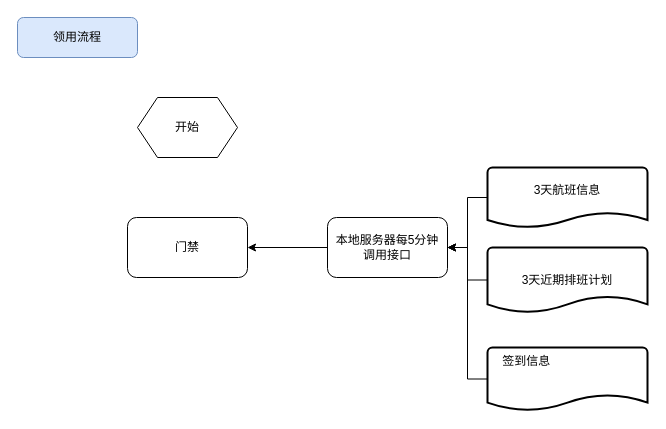
HXLMOM/cctest keeps this draw.io diagram as xbhangkong2.drawio. Above is the earlier version. Source tidied: cells renumbered, new cells numbered last; positions are measured from the earlier drawing's top-left corner, leaving out a move shared by most shapes. Both pictures are drawn from the tidied source at 100%, with x=0, y=0 at pixel (17, 17).
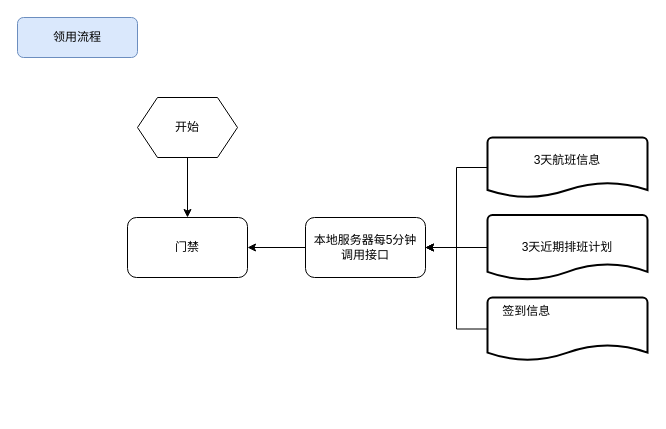
After the change.

Change to the diagram source:
```diff
@@
 <mxGraphModel>
   <root>
     <mxCell id="0" />
     <mxCell id="1" parent="0" />
     <mxCell id="2" value="领用流程" style="rounded=1;whiteSpace=wrap;html=1;fontSize=12;glass=0;strokeWidth=1;shadow=0;fillColor=#dae8fc;strokeColor=#6c8ebf;" parent="1" vertex="1">
       <mxGeometry width="120" height="40" as="geometry" />
     </mxCell>
+    <mxCell id="13" style="edgeStyle=orthogonalEdgeStyle;rounded=0;jettySize=auto;html=1;" parent="1" edge="1" source="3" target="4">
+      <mxGeometry relative="1" as="geometry" />
+    </mxCell>
     <mxCell id="3" value="开始" style="shape=hexagon;perimeter=hexagonPerimeter2;whiteSpace=wrap;html=1;fixedSize=1;" parent="1" vertex="1">
       <mxGeometry x="120" y="80" width="100" height="60" as="geometry" />
     </mxCell>
     <mxCell id="4" value="门禁" style="rounded=1;whiteSpace=wrap;html=1;" parent="1" vertex="1">
       <mxGeometry x="110" y="200" width="120" height="60" as="geometry" />
     </mxCell>
     <mxCell id="5" style="edgeStyle=orthogonalEdgeStyle;rounded=0;jettySize=auto;html=1;entryX=1;entryY=0.5;entryDx=0;entryDy=0;" parent="1" edge="1" source="6" target="4">
       <mxGeometry relative="1" as="geometry" />
     </mxCell>
     <mxCell id="6" value="本地服务器每5分钟&lt;br&gt;调用接口" style="rounded=1;whiteSpace=wrap;html=1;" parent="1" vertex="1">
-      <mxGeometry x="310" y="200" width="120" height="60" as="geometry" />
+      <mxGeometry x="288" y="200" width="120" height="60" as="geometry" />
     </mxCell>
     <mxCell id="7" style="edgeStyle=orthogonalEdgeStyle;rounded=0;jettySize=auto;html=1;entryX=1;entryY=0.5;entryDx=0;entryDy=0;" parent="1" edge="1" source="8" target="6">
       <mxGeometry relative="1" as="geometry" />
     </mxCell>
     <mxCell id="8" value="3天航班信息&#10;" style="strokeWidth=2;shape=mxgraph.flowchart.document2;size=0.25;align=center;whiteSpace=wrap;labelBackgroundColor=none;labelBorderColor=none;verticalAlign=middle;" parent="1" vertex="1">
-      <mxGeometry x="470" y="150" width="160" height="60" as="geometry" />
+      <mxGeometry x="470" y="120" width="160" height="60" as="geometry" />
     </mxCell>
     <mxCell id="9" style="edgeStyle=orthogonalEdgeStyle;rounded=0;jettySize=auto;html=1;entryX=1;entryY=0.5;entryDx=0;entryDy=0;" parent="1" edge="1" source="10" target="6">
       <mxGeometry relative="1" as="geometry" />
     </mxCell>
     <mxCell id="10" value="3天近期排班计划&lt;br&gt;" style="strokeWidth=2;html=1;shape=mxgraph.flowchart.document2;whiteSpace=wrap;size=0.25;verticalAlign=middle;align=center;" parent="1" vertex="1">
-      <mxGeometry x="470" y="230" width="160" height="65" as="geometry" />
+      <mxGeometry x="470" y="197.5" width="160" height="65" as="geometry" />
     </mxCell>
     <mxCell id="11" style="edgeStyle=orthogonalEdgeStyle;rounded=0;jettySize=auto;html=1;entryX=1;entryY=0.5;entryDx=0;entryDy=0;" parent="1" edge="1" source="12" target="6">
       <mxGeometry relative="1" as="geometry" />
     </mxCell>
     <mxCell id="12" value="&lt;span style=&quot;&quot;&gt;&lt;span style=&quot;&quot;&gt;&amp;nbsp;&amp;nbsp;&amp;nbsp;&amp;nbsp;&lt;/span&gt;&lt;/span&gt;签到信息" style="strokeWidth=2;html=1;shape=mxgraph.flowchart.document2;whiteSpace=wrap;size=0.25;verticalAlign=top;align=left;" parent="1" vertex="1">
-      <mxGeometry x="470" y="330" width="160" height="63" as="geometry" />
+      <mxGeometry x="470" y="280" width="160" height="63" as="geometry" />
     </mxCell>
   </root>
 </mxGraphModel>
```
